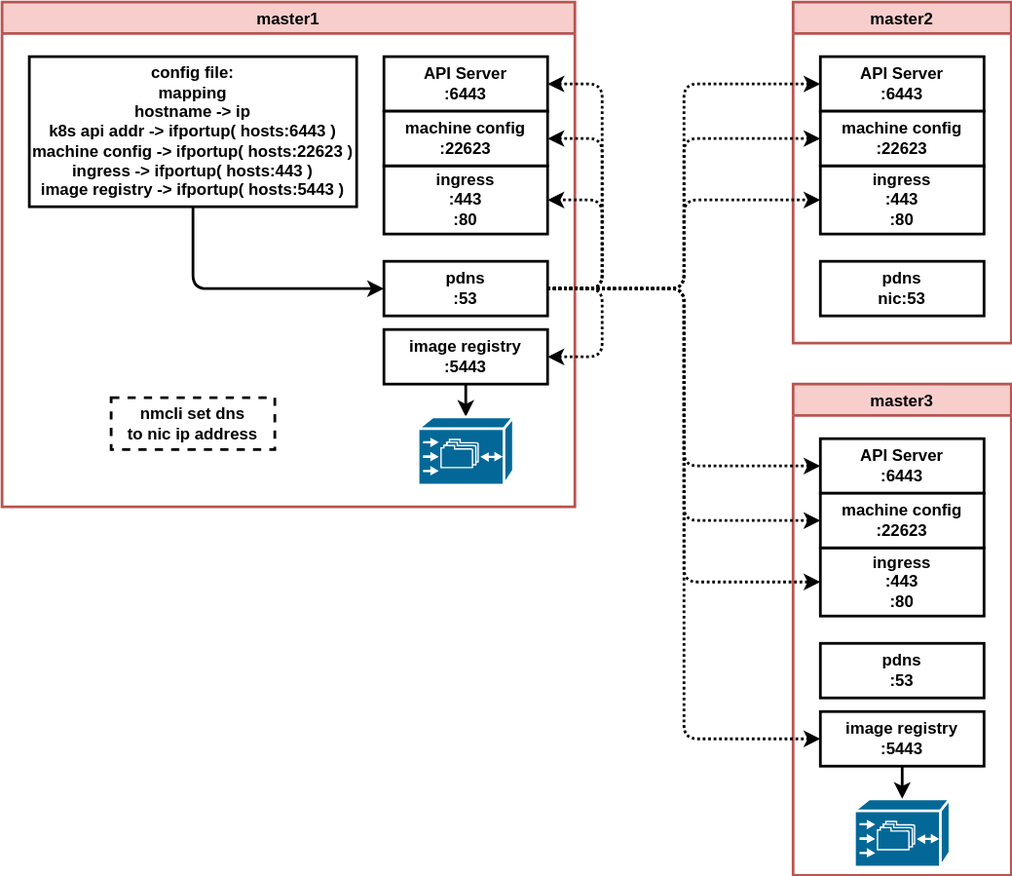
Earlier version of the draw.io export redhat/ocp4/4.10/dia/4.10.embed.dns.haproxy.registry.drawio.svg (wangzheng422/docker_env). Source tidied: cells renumbered, new cells last; positions are measured from the earlier drawing's top-left corner, leaving out a move shared by most shapes.
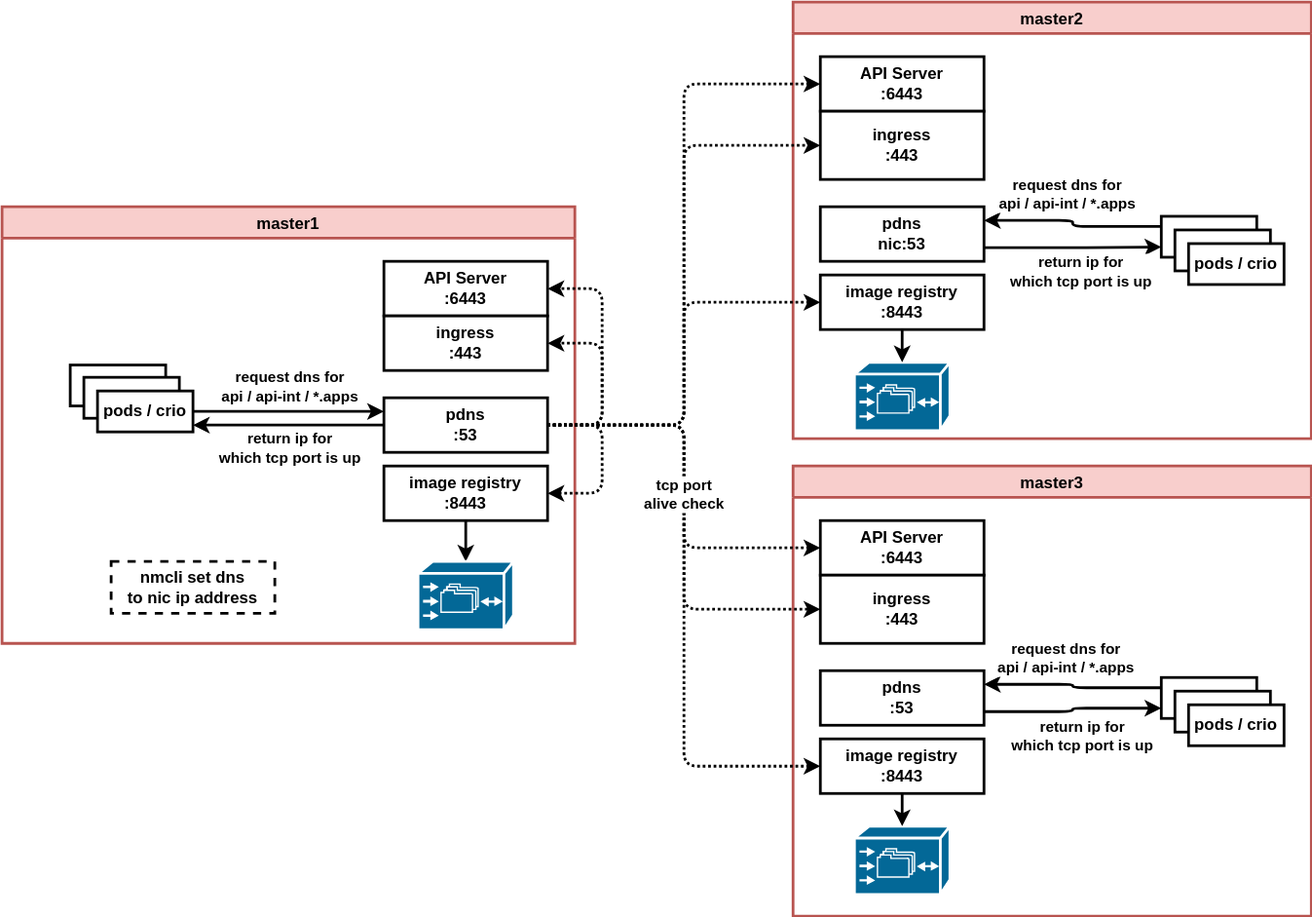
After the commit.

Change to the diagram source:
```diff
@@ -3,129 +3,198 @@
     <mxCell id="0" />
     <mxCell id="1" parent="0" />
     <mxCell id="2" value="master1" style="swimlane;strokeWidth=2;fillColor=#f8cecc;strokeColor=#b85450;" parent="1" vertex="1">
-      <mxGeometry width="420" height="370" as="geometry" />
+      <mxGeometry y="30" width="420" height="320" as="geometry" />
     </mxCell>
     <mxCell id="3" value="API Server&lt;br&gt;:6443" style="rounded=0;whiteSpace=wrap;html=1;strokeWidth=2;fontStyle=1;" parent="2" vertex="1">
       <mxGeometry x="280" y="40" width="120" height="40" as="geometry" />
     </mxCell>
-    <mxCell id="4" value="ingress&lt;br&gt;:443&lt;br&gt;:80" style="rounded=0;whiteSpace=wrap;html=1;strokeWidth=2;fontStyle=1;" parent="2" vertex="1">
-      <mxGeometry x="280" y="120" width="120" height="50" as="geometry" />
+    <mxCell id="4" value="ingress&lt;br&gt;:443" style="rounded=0;whiteSpace=wrap;html=1;strokeWidth=2;fontStyle=1;" parent="2" vertex="1">
+      <mxGeometry x="280" y="80" width="120" height="40" as="geometry" />
     </mxCell>
-    <mxCell id="5" value="machine config&lt;br&gt;:22623" style="rounded=0;whiteSpace=wrap;html=1;strokeWidth=2;fontStyle=1;" parent="2" vertex="1">
-      <mxGeometry x="280" y="80" width="120" height="40" as="geometry" />
-    </mxCell>
     <mxCell id="6" style="edgeStyle=orthogonalEdgeStyle;html=1;entryX=1;entryY=0.5;entryDx=0;entryDy=0;strokeWidth=2;dashed=1;dashPattern=1 1;exitX=1;exitY=0.5;exitDx=0;exitDy=0;" parent="2" edge="1" source="8" target="4">
       <mxGeometry relative="1" as="geometry">
         <Array as="points">
-          <mxPoint x="440" y="210" />
-          <mxPoint x="440" y="145" />
+          <mxPoint x="440" y="160" />
+          <mxPoint x="440" y="100" />
         </Array>
       </mxGeometry>
     </mxCell>
     <mxCell id="7" style="edgeStyle=orthogonalEdgeStyle;html=1;entryX=1;entryY=0.5;entryDx=0;entryDy=0;dashed=1;dashPattern=1 1;strokeWidth=2;" parent="2" edge="1" source="8" target="10">
       <mxGeometry relative="1" as="geometry">
         <Array as="points">
+          <mxPoint x="440" y="160" />
           <mxPoint x="440" y="210" />
-          <mxPoint x="440" y="260" />
         </Array>
       </mxGeometry>
     </mxCell>
     <mxCell id="8" value="&lt;b&gt;pdns&lt;br&gt;:53&lt;br&gt;&lt;/b&gt;" style="rounded=0;whiteSpace=wrap;html=1;strokeWidth=2;" parent="2" vertex="1">
-      <mxGeometry x="280" y="190" width="120" height="40" as="geometry" />
+      <mxGeometry x="280" y="140" width="120" height="40" as="geometry" />
     </mxCell>
     <mxCell id="9" style="edgeStyle=orthogonalEdgeStyle;html=1;strokeWidth=2;" parent="2" edge="1" source="10" target="14">
       <mxGeometry relative="1" as="geometry" />
     </mxCell>
-    <mxCell id="10" value="&lt;b&gt;image registry&lt;br&gt;:5443&lt;br&gt;&lt;/b&gt;" style="rounded=0;whiteSpace=wrap;html=1;strokeWidth=2;" parent="2" vertex="1">
-      <mxGeometry x="280" y="240" width="120" height="40" as="geometry" />
+    <mxCell id="10" value="&lt;b&gt;image registry&lt;br&gt;:8443&lt;br&gt;&lt;/b&gt;" style="rounded=0;whiteSpace=wrap;html=1;strokeWidth=2;" parent="2" vertex="1">
+      <mxGeometry x="280" y="190" width="120" height="40" as="geometry" />
     </mxCell>
-    <mxCell id="11" value="&lt;b&gt;config file: &lt;br&gt;mapping&lt;br&gt;hostname -&amp;gt; ip&lt;br&gt;&lt;/b&gt;&lt;b&gt;k8s api addr -&amp;gt; ifportup( hosts:6443 )&lt;br&gt;&lt;/b&gt;&lt;b&gt;machine config -&amp;gt; ifportup( hosts:22623 )&lt;br&gt;ingress -&amp;gt; ifportup( hosts:443 )&lt;br&gt;image registry -&amp;gt; ifportup( hosts:5443 )&lt;br&gt;&lt;/b&gt;" style="rounded=0;whiteSpace=wrap;html=1;strokeWidth=2;" parent="2" vertex="1">
-      <mxGeometry x="20" y="40" width="240" height="110" as="geometry" />
+    <mxCell id="11" value="&lt;b&gt;pods&lt;br&gt;&lt;/b&gt;" style="rounded=0;whiteSpace=wrap;html=1;strokeWidth=2;" parent="2" vertex="1">
+      <mxGeometry x="50" y="116" width="70" height="30" as="geometry" />
     </mxCell>
     <mxCell id="12" value="&lt;b&gt;nmcli set dns&lt;br&gt;to nic ip address&lt;br&gt;&lt;/b&gt;" style="rounded=0;whiteSpace=wrap;html=1;strokeWidth=2;dashed=1;" parent="2" vertex="1">
-      <mxGeometry x="80" y="290" width="120" height="38" as="geometry" />
+      <mxGeometry x="80" y="260" width="120" height="38" as="geometry" />
     </mxCell>
-    <mxCell id="13" style="edgeStyle=orthogonalEdgeStyle;html=1;entryX=0;entryY=0.5;entryDx=0;entryDy=0;strokeWidth=2;exitX=0.5;exitY=1;exitDx=0;exitDy=0;startArrow=none;" parent="2" edge="1" source="11" target="8">
-      <mxGeometry relative="1" as="geometry" />
-    </mxCell>
     <mxCell id="14" style="shape=mxgraph.cisco.storage.cisco_file_engine;html=1;dashed=0;fillColor=#036897;strokeColor=#ffffff;strokeWidth=2;verticalLabelPosition=bottom;verticalAlign=top;align=center;outlineConnect=0;" parent="2" vertex="1">
-      <mxGeometry x="305" y="304" width="70" height="50" as="geometry" />
+      <mxGeometry x="305" y="260" width="70" height="50" as="geometry" />
     </mxCell>
-    <mxCell id="15" style="edgeStyle=orthogonalEdgeStyle;html=1;entryX=1;entryY=0.5;entryDx=0;entryDy=0;strokeWidth=2;dashed=1;dashPattern=1 1;exitX=1;exitY=0.5;exitDx=0;exitDy=0;" parent="2" edge="1" source="8" target="5">
-      <mxGeometry relative="1" as="geometry">
-        <Array as="points">
-          <mxPoint x="440" y="210" />
-          <mxPoint x="440" y="100" />
-        </Array>
-      </mxGeometry>
-    </mxCell>
     <mxCell id="16" style="edgeStyle=orthogonalEdgeStyle;html=1;entryX=1;entryY=0.5;entryDx=0;entryDy=0;strokeWidth=2;dashed=1;dashPattern=1 1;exitX=1;exitY=0.5;exitDx=0;exitDy=0;" parent="2" edge="1" source="8" target="3">
       <mxGeometry relative="1" as="geometry">
         <Array as="points">
-          <mxPoint x="440" y="210" />
+          <mxPoint x="440" y="160" />
           <mxPoint x="440" y="60" />
         </Array>
       </mxGeometry>
     </mxCell>
     <mxCell id="17" value="master2" style="swimlane;strokeWidth=2;fillColor=#f8cecc;strokeColor=#b85450;" parent="1" vertex="1">
-      <mxGeometry x="580" width="160" height="250" as="geometry" />
+      <mxGeometry x="580" y="-120" width="380" height="320" as="geometry" />
     </mxCell>
     <mxCell id="18" value="API Server&lt;br&gt;:6443" style="rounded=0;whiteSpace=wrap;html=1;strokeWidth=2;fontStyle=1;" parent="17" vertex="1">
       <mxGeometry x="20" y="40" width="120" height="40" as="geometry" />
     </mxCell>
-    <mxCell id="19" value="ingress&lt;br&gt;:443&lt;br&gt;:80" style="rounded=0;whiteSpace=wrap;html=1;strokeWidth=2;fontStyle=1;" parent="17" vertex="1">
-      <mxGeometry x="20" y="120" width="120" height="50" as="geometry" />
+    <mxCell id="19" value="ingress&lt;br&gt;:443" style="rounded=0;whiteSpace=wrap;html=1;strokeWidth=2;fontStyle=1;" parent="17" vertex="1">
+      <mxGeometry x="20" y="80" width="120" height="50" as="geometry" />
     </mxCell>
-    <mxCell id="20" value="machine config&lt;br&gt;:22623" style="rounded=0;whiteSpace=wrap;html=1;strokeWidth=2;fontStyle=1;" parent="17" vertex="1">
-      <mxGeometry x="20" y="80" width="120" height="40" as="geometry" />
-    </mxCell>
+    <mxCell id="37" style="edgeStyle=orthogonalEdgeStyle;html=1;exitX=1;exitY=0.75;exitDx=0;exitDy=0;entryX=0;entryY=0.75;entryDx=0;entryDy=0;strokeWidth=2;" parent="17" edge="1" source="21" target="44">
+      <mxGeometry relative="1" as="geometry" />
+    </mxCell>
+    <mxCell id="38" value="&lt;span style=&quot;font-weight: 700&quot;&gt;return ip for&lt;/span&gt;&lt;br style=&quot;font-weight: 700&quot;&gt;&lt;span style=&quot;font-weight: 700&quot;&gt;which tcp port is up&lt;/span&gt;" style="edgeLabel;html=1;align=center;verticalAlign=middle;" parent="37" vertex="1">
+      <mxGeometry x="-0.23" relative="1" as="geometry">
+        <mxPoint x="20" y="17" as="offset" />
+      </mxGeometry>
+    </mxCell>
     <mxCell id="21" value="&lt;b&gt;pdns&lt;br&gt;nic:53&lt;br&gt;&lt;/b&gt;" style="rounded=0;whiteSpace=wrap;html=1;strokeWidth=2;" parent="17" vertex="1">
-      <mxGeometry x="20" y="190" width="120" height="40" as="geometry" />
+      <mxGeometry x="20" y="150" width="120" height="40" as="geometry" />
     </mxCell>
+    <mxCell id="39" value="&lt;b&gt;image registry&lt;br&gt;:8443&lt;br&gt;&lt;/b&gt;" style="rounded=0;whiteSpace=wrap;html=1;strokeWidth=2;" parent="17" vertex="1">
+      <mxGeometry x="20" y="200" width="120" height="40" as="geometry" />
+    </mxCell>
+    <mxCell id="40" style="shape=mxgraph.cisco.storage.cisco_file_engine;html=1;dashed=0;fillColor=#036897;strokeColor=#ffffff;strokeWidth=2;verticalLabelPosition=bottom;verticalAlign=top;align=center;outlineConnect=0;" parent="17" vertex="1">
+      <mxGeometry x="45" y="264" width="70" height="50" as="geometry" />
+    </mxCell>
+    <mxCell id="41" style="edgeStyle=orthogonalEdgeStyle;html=1;strokeWidth=2;" parent="17" edge="1" source="39" target="40">
+      <mxGeometry relative="1" as="geometry" />
+    </mxCell>
+    <mxCell id="42" style="edgeStyle=orthogonalEdgeStyle;html=1;exitX=0;exitY=0.25;exitDx=0;exitDy=0;entryX=1;entryY=0.25;entryDx=0;entryDy=0;strokeWidth=2;" parent="17" edge="1" source="44" target="21">
+      <mxGeometry relative="1" as="geometry" />
+    </mxCell>
+    <mxCell id="43" value="&lt;span style=&quot;font-weight: 700&quot;&gt;request dns for&lt;/span&gt;&lt;br style=&quot;font-weight: 700&quot;&gt;&lt;span style=&quot;font-weight: 700&quot;&gt;api / api-int / *.apps&amp;nbsp;&lt;/span&gt;" style="edgeLabel;html=1;align=center;verticalAlign=middle;" parent="42" vertex="1">
+      <mxGeometry x="0.13" y="-1" relative="1" as="geometry">
+        <mxPoint x="2" y="-19" as="offset" />
+      </mxGeometry>
+    </mxCell>
+    <mxCell id="44" value="&lt;b&gt;pods&lt;br&gt;&lt;/b&gt;" style="rounded=0;whiteSpace=wrap;html=1;strokeWidth=2;" parent="17" vertex="1">
+      <mxGeometry x="270" y="157" width="70" height="30" as="geometry" />
+    </mxCell>
+    <mxCell id="45" value="&lt;b&gt;pods&lt;br&gt;&lt;/b&gt;" style="rounded=0;whiteSpace=wrap;html=1;strokeWidth=2;" parent="17" vertex="1">
+      <mxGeometry x="280" y="167" width="70" height="30" as="geometry" />
+    </mxCell>
+    <mxCell id="46" value="&lt;b&gt;pods / crio&lt;br&gt;&lt;/b&gt;" style="rounded=0;whiteSpace=wrap;html=1;strokeWidth=2;" parent="17" vertex="1">
+      <mxGeometry x="290" y="177" width="70" height="30" as="geometry" />
+    </mxCell>
     <mxCell id="22" value="master3" style="swimlane;strokeWidth=2;fillColor=#f8cecc;strokeColor=#b85450;" parent="1" vertex="1">
-      <mxGeometry x="580" y="280" width="160" height="360" as="geometry" />
+      <mxGeometry x="580" y="220" width="380" height="330" as="geometry" />
     </mxCell>
     <mxCell id="23" value="API Server&lt;br&gt;:6443" style="rounded=0;whiteSpace=wrap;html=1;strokeWidth=2;fontStyle=1;" parent="22" vertex="1">
       <mxGeometry x="20" y="40" width="120" height="40" as="geometry" />
     </mxCell>
-    <mxCell id="24" value="ingress&lt;br&gt;:443&lt;br&gt;:80" style="rounded=0;whiteSpace=wrap;html=1;strokeWidth=2;fontStyle=1;" parent="22" vertex="1">
-      <mxGeometry x="20" y="120" width="120" height="50" as="geometry" />
+    <mxCell id="24" value="ingress&lt;br&gt;:443" style="rounded=0;whiteSpace=wrap;html=1;strokeWidth=2;fontStyle=1;" parent="22" vertex="1">
+      <mxGeometry x="20" y="80" width="120" height="50" as="geometry" />
     </mxCell>
-    <mxCell id="25" value="machine config&lt;br&gt;:22623" style="rounded=0;whiteSpace=wrap;html=1;strokeWidth=2;fontStyle=1;" parent="22" vertex="1">
-      <mxGeometry x="20" y="80" width="120" height="40" as="geometry" />
-    </mxCell>
-    <mxCell id="26" value="&lt;b&gt;image registry&lt;br&gt;:5443&lt;br&gt;&lt;/b&gt;" style="rounded=0;whiteSpace=wrap;html=1;strokeWidth=2;" parent="22" vertex="1">
-      <mxGeometry x="20" y="240" width="120" height="40" as="geometry" />
+    <mxCell id="26" value="&lt;b&gt;image registry&lt;br&gt;:8443&lt;br&gt;&lt;/b&gt;" style="rounded=0;whiteSpace=wrap;html=1;strokeWidth=2;" parent="22" vertex="1">
+      <mxGeometry x="20" y="200" width="120" height="40" as="geometry" />
     </mxCell>
     <mxCell id="27" style="shape=mxgraph.cisco.storage.cisco_file_engine;html=1;dashed=0;fillColor=#036897;strokeColor=#ffffff;strokeWidth=2;verticalLabelPosition=bottom;verticalAlign=top;align=center;outlineConnect=0;" parent="22" vertex="1">
-      <mxGeometry x="45" y="304" width="70" height="50" as="geometry" />
+      <mxGeometry x="45" y="264" width="70" height="50" as="geometry" />
     </mxCell>
     <mxCell id="28" style="edgeStyle=orthogonalEdgeStyle;html=1;strokeWidth=2;" parent="22" edge="1" source="26" target="27">
       <mxGeometry relative="1" as="geometry" />
     </mxCell>
     <mxCell id="29" value="&lt;b&gt;pdns&lt;br&gt;:53&lt;br&gt;&lt;/b&gt;" style="rounded=0;whiteSpace=wrap;html=1;strokeWidth=2;" parent="22" vertex="1">
-      <mxGeometry x="20" y="190" width="120" height="40" as="geometry" />
+      <mxGeometry x="20" y="150" width="120" height="40" as="geometry" />
     </mxCell>
+    <mxCell id="47" style="edgeStyle=orthogonalEdgeStyle;html=1;exitX=1;exitY=0.75;exitDx=0;exitDy=0;entryX=0;entryY=0.75;entryDx=0;entryDy=0;strokeWidth=2;" parent="22" edge="1" source="29" target="51">
+      <mxGeometry relative="1" as="geometry" />
+    </mxCell>
+    <mxCell id="48" value="&lt;span style=&quot;font-weight: 700&quot;&gt;return ip for&lt;/span&gt;&lt;br style=&quot;font-weight: 700&quot;&gt;&lt;span style=&quot;font-weight: 700&quot;&gt;which tcp port is up&lt;/span&gt;" style="edgeLabel;html=1;align=center;verticalAlign=middle;" parent="47" vertex="1">
+      <mxGeometry x="-0.23" relative="1" as="geometry">
+        <mxPoint x="20" y="17" as="offset" />
+      </mxGeometry>
+    </mxCell>
+    <mxCell id="49" style="edgeStyle=orthogonalEdgeStyle;html=1;exitX=0;exitY=0.25;exitDx=0;exitDy=0;strokeWidth=2;entryX=1;entryY=0.25;entryDx=0;entryDy=0;" parent="22" edge="1" source="51" target="29">
+      <mxGeometry relative="1" as="geometry" />
+    </mxCell>
+    <mxCell id="50" value="&lt;span style=&quot;font-weight: 700&quot;&gt;request dns for&lt;/span&gt;&lt;br style=&quot;font-weight: 700&quot;&gt;&lt;span style=&quot;font-weight: 700&quot;&gt;api / api-int / *.apps&amp;nbsp;&lt;/span&gt;" style="edgeLabel;html=1;align=center;verticalAlign=middle;" parent="49" vertex="1">
+      <mxGeometry x="0.13" y="-1" relative="1" as="geometry">
+        <mxPoint x="2" y="-19" as="offset" />
+      </mxGeometry>
+    </mxCell>
+    <mxCell id="51" value="&lt;b&gt;pods&lt;br&gt;&lt;/b&gt;" style="rounded=0;whiteSpace=wrap;html=1;strokeWidth=2;" parent="22" vertex="1">
+      <mxGeometry x="270" y="155" width="70" height="30" as="geometry" />
+    </mxCell>
+    <mxCell id="52" value="&lt;b&gt;pods&lt;br&gt;&lt;/b&gt;" style="rounded=0;whiteSpace=wrap;html=1;strokeWidth=2;" parent="22" vertex="1">
+      <mxGeometry x="280" y="165" width="70" height="30" as="geometry" />
+    </mxCell>
+    <mxCell id="53" value="&lt;b&gt;pods / crio&lt;br&gt;&lt;/b&gt;" style="rounded=0;whiteSpace=wrap;html=1;strokeWidth=2;" parent="22" vertex="1">
+      <mxGeometry x="290" y="175" width="70" height="30" as="geometry" />
+    </mxCell>
     <mxCell id="30" style="edgeStyle=orthogonalEdgeStyle;html=1;entryX=0;entryY=0.5;entryDx=0;entryDy=0;dashed=1;dashPattern=1 1;strokeWidth=2;" parent="1" edge="1" source="8" target="18">
       <mxGeometry relative="1" as="geometry" />
     </mxCell>
-    <mxCell id="31" style="edgeStyle=orthogonalEdgeStyle;html=1;entryX=0;entryY=0.5;entryDx=0;entryDy=0;dashed=1;dashPattern=1 1;strokeWidth=2;" parent="1" edge="1" source="8" target="20">
-      <mxGeometry relative="1" as="geometry" />
-    </mxCell>
     <mxCell id="32" style="edgeStyle=orthogonalEdgeStyle;html=1;entryX=0;entryY=0.5;entryDx=0;entryDy=0;dashed=1;dashPattern=1 1;strokeWidth=2;" parent="1" edge="1" source="8" target="19">
       <mxGeometry relative="1" as="geometry" />
     </mxCell>
     <mxCell id="33" style="edgeStyle=orthogonalEdgeStyle;html=1;entryX=0;entryY=0.5;entryDx=0;entryDy=0;dashed=1;dashPattern=1 1;strokeWidth=2;" parent="1" edge="1" source="8" target="23">
       <mxGeometry relative="1" as="geometry" />
     </mxCell>
-    <mxCell id="34" style="edgeStyle=orthogonalEdgeStyle;html=1;entryX=0;entryY=0.5;entryDx=0;entryDy=0;dashed=1;dashPattern=1 1;strokeWidth=2;" parent="1" edge="1" source="8" target="25">
-      <mxGeometry relative="1" as="geometry" />
-    </mxCell>
     <mxCell id="35" style="edgeStyle=orthogonalEdgeStyle;html=1;entryX=0;entryY=0.5;entryDx=0;entryDy=0;dashed=1;dashPattern=1 1;strokeWidth=2;" parent="1" edge="1" source="8" target="24">
       <mxGeometry relative="1" as="geometry" />
     </mxCell>
     <mxCell id="36" style="edgeStyle=orthogonalEdgeStyle;html=1;entryX=0;entryY=0.5;entryDx=0;entryDy=0;dashed=1;dashPattern=1 1;strokeWidth=2;" parent="1" edge="1" source="8" target="26">
       <mxGeometry relative="1" as="geometry" />
     </mxCell>
+    <mxCell id="54" value="tcp port&amp;nbsp;&lt;br&gt;alive check" style="edgeLabel;html=1;align=center;verticalAlign=middle;fontStyle=1;" parent="36" vertex="1">
+      <mxGeometry x="-0.34" y="-1" relative="1" as="geometry">
+        <mxPoint y="1" as="offset" />
+      </mxGeometry>
+    </mxCell>
+    <mxCell id="55" value="&lt;b&gt;pods&lt;br&gt;&lt;/b&gt;" style="rounded=0;whiteSpace=wrap;html=1;strokeWidth=2;" parent="1" vertex="1">
+      <mxGeometry x="60" y="155" width="70" height="30" as="geometry" />
+    </mxCell>
+    <mxCell id="56" value="&lt;b&gt;pods / crio&lt;br&gt;&lt;/b&gt;" style="rounded=0;whiteSpace=wrap;html=1;strokeWidth=2;" parent="1" vertex="1">
+      <mxGeometry x="70" y="165" width="70" height="30" as="geometry" />
+    </mxCell>
+    <mxCell id="57" style="edgeStyle=orthogonalEdgeStyle;html=1;exitX=0;exitY=0.5;exitDx=0;exitDy=0;strokeWidth=2;" parent="1" edge="1" source="8">
+      <mxGeometry relative="1" as="geometry">
+        <mxPoint x="140" y="190" as="targetPoint" />
+        <Array as="points">
+          <mxPoint x="210" y="190" />
+          <mxPoint x="210" y="190" />
+        </Array>
+      </mxGeometry>
+    </mxCell>
+    <mxCell id="58" value="return ip for&lt;br&gt;which tcp port is up" style="edgeLabel;html=1;align=center;verticalAlign=middle;fontStyle=1;" parent="57" vertex="1">
+      <mxGeometry x="0.31" y="4" relative="1" as="geometry">
+        <mxPoint x="21" y="12" as="offset" />
+      </mxGeometry>
+    </mxCell>
+    <mxCell id="13" style="edgeStyle=orthogonalEdgeStyle;html=1;entryX=0;entryY=0.25;entryDx=0;entryDy=0;strokeWidth=2;startArrow=none;exitX=1;exitY=0.5;exitDx=0;exitDy=0;" parent="1" edge="1" source="56" target="8">
+      <mxGeometry relative="1" as="geometry" />
+    </mxCell>
+    <mxCell id="59" value="request dns for&lt;br&gt;api / api-int / *.apps&amp;nbsp;" style="edgeLabel;html=1;align=center;verticalAlign=middle;fontStyle=1;" parent="13" vertex="1">
+      <mxGeometry x="-0.23" y="2" relative="1" as="geometry">
+        <mxPoint x="16" y="-17" as="offset" />
+      </mxGeometry>
+    </mxCell>
+    <mxCell id="60" style="edgeStyle=orthogonalEdgeStyle;html=1;entryX=0;entryY=0.5;entryDx=0;entryDy=0;strokeWidth=2;dashed=1;dashPattern=1 1;" parent="1" edge="1" source="8" target="39">
+      <mxGeometry relative="1" as="geometry" />
+    </mxCell>
   </root>
 </mxGraphModel>
```
